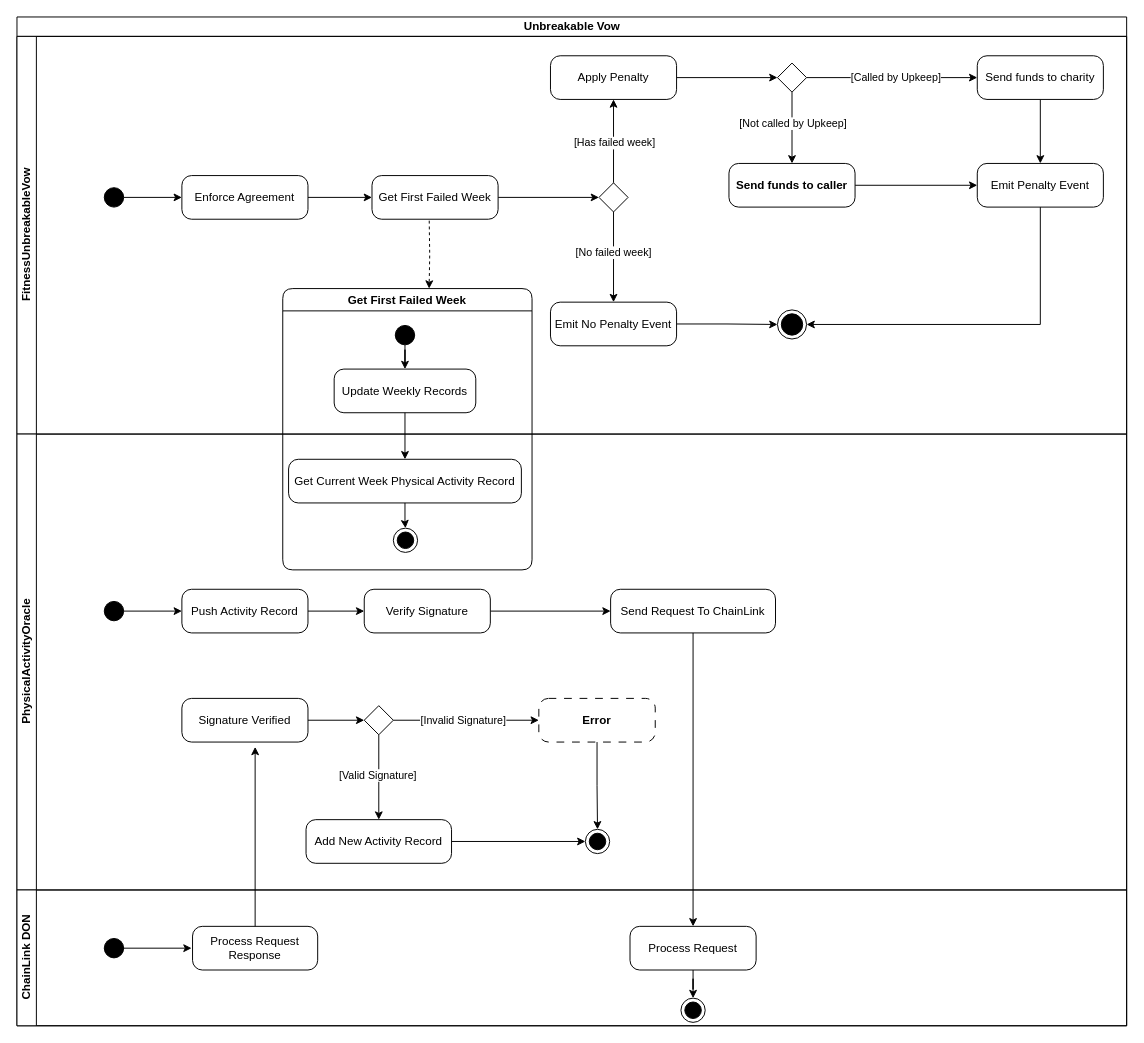
Earlier version of the draw.io diagram page "Contracts Activity Diagram" (1 of 3) of Fitness-Unbreakable-Vow.drawio (pedrooaugusto/fitness-unbreakable-vow). Source tidied: cells renumbered, new cells numbered last; positions are measured from the earlier drawing's top-left corner, leaving out a move shared by most shapes. Both pictures are drawn from the tidied source at 97%, with x=0, y=0 at pixel (16, 16).
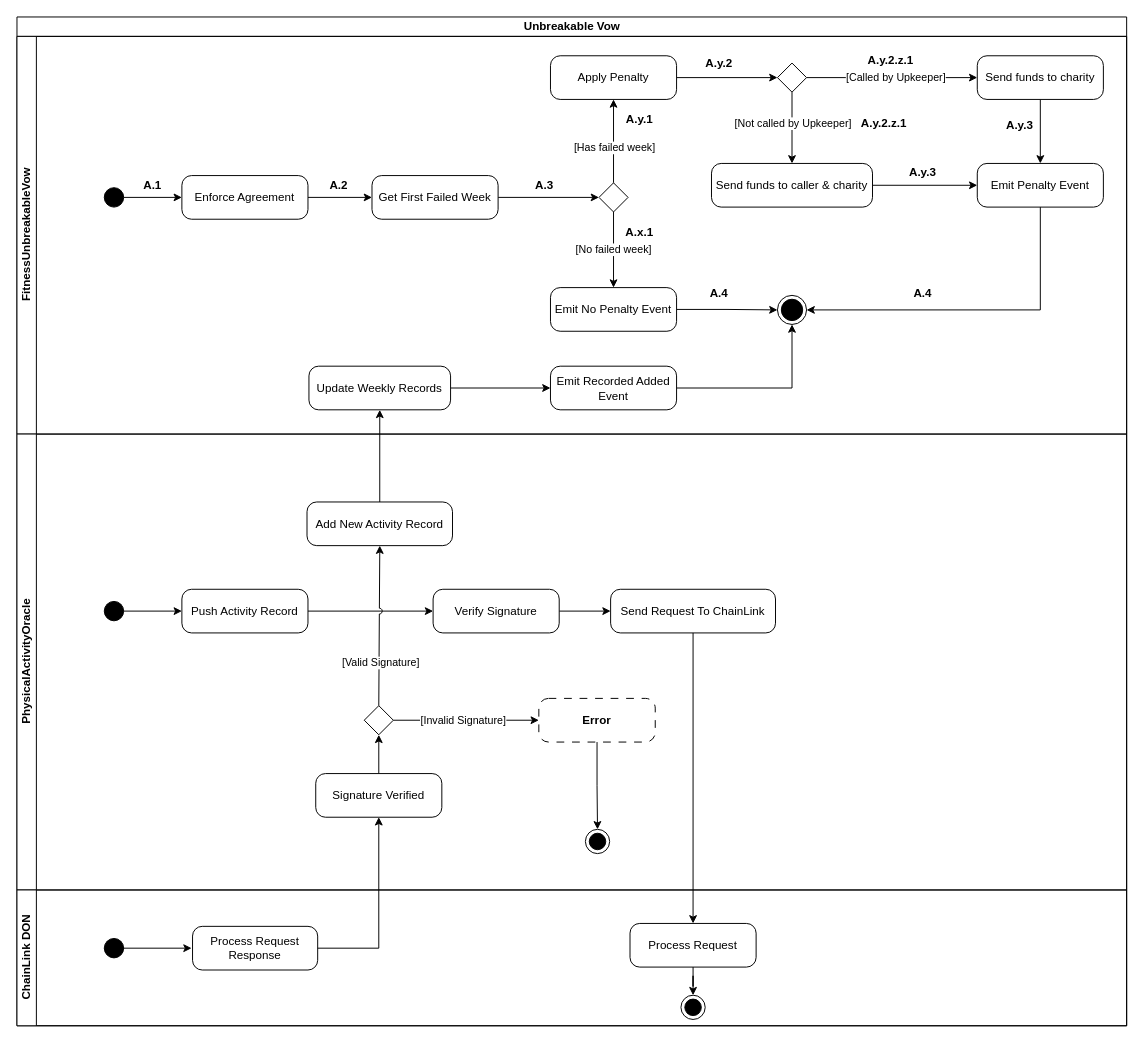
The same diagram, later.

Unchanged cells that the change refers to:
```xml
<mxCell id="2" value="Unbreakable Vow" style="swimlane;horizontal=1;startSize=20;html=1;" parent="1" vertex="1">
  <mxGeometry width="1144" height="1040" as="geometry" />
</mxCell>
<mxCell id="3" value="FitnessUnbreakableVow" style="swimlane;startSize=20;horizontal=0;html=1;" parent="2" vertex="1">
  <mxGeometry y="20" width="1144" height="410" as="geometry" />
</mxCell>
<mxCell id="10" style="edgeStyle=orthogonalEdgeStyle;rounded=0;jettySize=auto;html=1;" parent="3" edge="1" source="14" target="18">
  <mxGeometry relative="1" as="geometry" />
</mxCell>
<mxCell id="12" style="edgeStyle=orthogonalEdgeStyle;rounded=0;jettySize=auto;html=1;" parent="3" edge="1" source="14" target="16">
  <mxGeometry relative="1" as="geometry" />
</mxCell>
<mxCell id="19" style="edgeStyle=orthogonalEdgeStyle;rounded=0;jettySize=auto;html=1;" parent="3" edge="1" source="23" target="25">
  <mxGeometry relative="1" as="geometry" />
</mxCell>
<mxCell id="21" style="edgeStyle=orthogonalEdgeStyle;rounded=0;jettySize=auto;html=1;" parent="3" edge="1" source="23" target="27">
  <mxGeometry relative="1" as="geometry" />
</mxCell>
<mxCell id="30" value="Emit Penalty Event" style="html=1;dashed=0;rounded=1;absoluteArcSize=1;arcSize=20;verticalAlign=middle;align=center;whiteSpace=wrap;" parent="3" vertex="1">
  <mxGeometry x="990" y="131" width="130" height="45" as="geometry" />
</mxCell>
<mxCell id="32" value="PhysicalActivityOracle" style="swimlane;startSize=20;horizontal=0;html=1;" parent="2" vertex="1">
  <mxGeometry y="430" width="1144" height="470" as="geometry" />
</mxCell>
<mxCell id="47" style="rhombus;" parent="32" vertex="1">
  <mxGeometry x="358" y="280" width="30" height="30" as="geometry" />
</mxCell>
<mxCell id="52" style="ellipse;html=1;shape=endState;fillColor=strokeColor;" parent="32" vertex="1">
  <mxGeometry x="586" y="407.5" width="25" height="25" as="geometry" />
</mxCell>
<mxCell id="53" value="ChainLink DON" style="swimlane;startSize=20;horizontal=0;html=1;" parent="2" vertex="1">
  <mxGeometry y="900" width="1144" height="140" as="geometry" />
</mxCell>
<mxCell id="59" value="Process Request Response" style="html=1;dashed=0;rounded=1;absoluteArcSize=1;arcSize=20;verticalAlign=middle;align=center;whiteSpace=wrap;" parent="53" vertex="1">
  <mxGeometry x="181" y="37.5" width="129" height="45" as="geometry" />
</mxCell>
```

Diff of the diagram source:
```diff
@@
     <mxCell id="11" value="[Has failed week]" style="edgeLabel;html=1;align=center;verticalAlign=middle;" parent="10" vertex="1">
-      <mxGeometry x="-0.02" relative="1" as="geometry" />
+      <mxGeometry x="-0.02" relative="1" as="geometry">
+        <mxPoint y="5" as="offset" />
+      </mxGeometry>
     </mxCell>
@@
     <mxCell id="13" value="[No failed week]" style="edgeLabel;html=1;align=center;verticalAlign=middle;" parent="12" vertex="1">
-      <mxGeometry x="-0.12" y="-1" relative="1" as="geometry" />
+      <mxGeometry x="-0.12" y="-1" relative="1" as="geometry">
+        <mxPoint y="4" as="offset" />
+      </mxGeometry>
     </mxCell>
@@
     <mxCell id="16" value="Emit No Penalty Event" style="html=1;dashed=0;rounded=1;absoluteArcSize=1;arcSize=20;verticalAlign=middle;align=center;whiteSpace=wrap;" parent="3" vertex="1">
-      <mxGeometry x="550" y="274" width="130" height="45" as="geometry" />
+      <mxGeometry x="550" y="259" width="130" height="45" as="geometry" />
     </mxCell>
@@
-    <mxCell id="20" value="[Called by Upkeep]" style="edgeLabel;html=1;align=center;verticalAlign=middle;" parent="19" vertex="1">
+    <mxCell id="20" value="[Called by Upkeeper]" style="edgeLabel;html=1;align=center;verticalAlign=middle;" parent="19" vertex="1">
       <mxGeometry x="-0.28" y="1" relative="1" as="geometry">
         <mxPoint x="28" y="1" as="offset" />
       </mxGeometry>
     </mxCell>
@@
-    <mxCell id="22" value="[Not called by Upkeep]" style="edgeLabel;html=1;align=center;verticalAlign=middle;" parent="21" vertex="1">
+    <mxCell id="22" value="[Not called by Upkeeper]" style="edgeLabel;html=1;align=center;verticalAlign=middle;" parent="21" vertex="1">
       <mxGeometry x="-0.12" relative="1" as="geometry" />
     </mxCell>
@@
-    <mxCell id="27" value="&lt;b&gt;Send funds to caller&lt;/b&gt;" style="html=1;dashed=0;rounded=1;absoluteArcSize=1;arcSize=20;verticalAlign=middle;align=center;whiteSpace=wrap;" parent="3" vertex="1">
-      <mxGeometry x="734" y="131" width="130" height="45" as="geometry" />
+    <mxCell id="27" value="Send funds to caller &amp;amp; charity" style="html=1;dashed=0;rounded=1;absoluteArcSize=1;arcSize=20;verticalAlign=middle;align=center;whiteSpace=wrap;" parent="3" vertex="1">
+      <mxGeometry x="716" y="131" width="166" height="45" as="geometry" />
     </mxCell>
     <mxCell id="28" style="ellipse;html=1;shape=endState;fillColor=strokeColor;" parent="3" vertex="1">
-      <mxGeometry x="784" y="282" width="30" height="30" as="geometry" />
+      <mxGeometry x="784" y="267" width="30" height="30" as="geometry" />
     </mxCell>
     <mxCell id="29" style="edgeStyle=orthogonalEdgeStyle;rounded=0;jettySize=auto;html=1;entryX=1;entryY=0.5;entryDx=0;entryDy=0;" parent="3" edge="1" source="30" target="28">
       <mxGeometry relative="1" as="geometry">
         <Array as="points">
-          <mxPoint x="1055" y="297" />
+          <mxPoint x="1055" y="282" />
         </Array>
       </mxGeometry>
     </mxCell>
@@
+    <mxCell id="69" style="edgeStyle=orthogonalEdgeStyle;rounded=0;jettySize=auto;html=1;entryX=0;entryY=0.5;entryDx=0;entryDy=0;" parent="3" edge="1" source="31" target="71">
+      <mxGeometry relative="1" as="geometry" />
+    </mxCell>
     <mxCell id="31" value="Update Weekly Records" style="html=1;dashed=0;rounded=1;absoluteArcSize=1;arcSize=20;verticalAlign=middle;align=center;whiteSpace=wrap;" parent="3" vertex="1">
-      <mxGeometry x="327" y="343" width="146" height="45" as="geometry" />
+      <mxGeometry x="301" y="340" width="146" height="45" as="geometry" />
     </mxCell>
+    <mxCell id="70" style="edgeStyle=orthogonalEdgeStyle;rounded=0;jettySize=auto;html=1;entryX=0.5;entryY=1;entryDx=0;entryDy=0;" parent="3" edge="1" source="71" target="28">
+      <mxGeometry relative="1" as="geometry" />
+    </mxCell>
+    <mxCell id="71" value="Emit Recorded Added Event" style="html=1;dashed=0;rounded=1;absoluteArcSize=1;arcSize=20;verticalAlign=middle;align=center;whiteSpace=wrap;" parent="3" vertex="1">
+      <mxGeometry x="550" y="340" width="130" height="45" as="geometry" />
+    </mxCell>
+    <mxCell id="72" value="&lt;b&gt;A.1&lt;/b&gt;" style="text;html=1;align=center;verticalAlign=middle;whiteSpace=wrap;rounded=0;" parent="3" vertex="1">
+      <mxGeometry x="110" y="138.5" width="60" height="30" as="geometry" />
+    </mxCell>
+    <mxCell id="73" value="&lt;b&gt;A.2&lt;/b&gt;" style="text;html=1;align=center;verticalAlign=middle;whiteSpace=wrap;rounded=0;" parent="3" vertex="1">
+      <mxGeometry x="302" y="139" width="60" height="30" as="geometry" />
+    </mxCell>
+    <mxCell id="74" value="&lt;b&gt;A.3&lt;/b&gt;" style="text;html=1;align=center;verticalAlign=middle;whiteSpace=wrap;rounded=0;" parent="3" vertex="1">
+      <mxGeometry x="514" y="138.5" width="60" height="30" as="geometry" />
+    </mxCell>
+    <mxCell id="75" value="&lt;b&gt;A.x.1&lt;/b&gt;" style="text;html=1;align=center;verticalAlign=middle;whiteSpace=wrap;rounded=0;" parent="3" vertex="1">
+      <mxGeometry x="612" y="186.5" width="60" height="30" as="geometry" />
+    </mxCell>
+    <mxCell id="76" value="&lt;b&gt;A.4&lt;/b&gt;" style="text;html=1;align=center;verticalAlign=middle;whiteSpace=wrap;rounded=0;" parent="3" vertex="1">
+      <mxGeometry x="694" y="250" width="60" height="30" as="geometry" />
+    </mxCell>
+    <mxCell id="77" value="&lt;b&gt;A.y.1&lt;/b&gt;" style="text;html=1;align=center;verticalAlign=middle;whiteSpace=wrap;rounded=0;" parent="3" vertex="1">
+      <mxGeometry x="612" y="71" width="60" height="29" as="geometry" />
+    </mxCell>
+    <mxCell id="78" value="&lt;b&gt;A.y.2&lt;/b&gt;" style="text;html=1;align=center;verticalAlign=middle;whiteSpace=wrap;rounded=0;" parent="3" vertex="1">
+      <mxGeometry x="694" y="13" width="60" height="30" as="geometry" />
+    </mxCell>
+    <mxCell id="79" value="&lt;b&gt;A.y.2.z.1&lt;/b&gt;" style="text;html=1;align=center;verticalAlign=middle;whiteSpace=wrap;rounded=0;" parent="3" vertex="1">
+      <mxGeometry x="871" y="10" width="60" height="30" as="geometry" />
+    </mxCell>
+    <mxCell id="80" value="&lt;b&gt;A.y.3&lt;/b&gt;" style="text;html=1;align=center;verticalAlign=middle;whiteSpace=wrap;rounded=0;" parent="3" vertex="1">
+      <mxGeometry x="1004" y="77" width="60" height="30" as="geometry" />
+    </mxCell>
+    <mxCell id="81" value="&lt;b&gt;A.y.2.z.1&lt;/b&gt;" style="text;html=1;align=center;verticalAlign=middle;whiteSpace=wrap;rounded=0;" parent="3" vertex="1">
+      <mxGeometry x="864" y="75" width="60" height="30" as="geometry" />
+    </mxCell>
+    <mxCell id="82" value="&lt;b&gt;A.y.3&lt;/b&gt;" style="text;html=1;align=center;verticalAlign=middle;whiteSpace=wrap;rounded=0;" parent="3" vertex="1">
+      <mxGeometry x="904" y="125" width="60" height="30" as="geometry" />
+    </mxCell>
+    <mxCell id="83" value="&lt;b&gt;A.4&lt;/b&gt;" style="text;html=1;align=center;verticalAlign=middle;whiteSpace=wrap;rounded=0;" parent="3" vertex="1">
+      <mxGeometry x="904" y="250" width="60" height="30" as="geometry" />
+    </mxCell>
@@
-    <mxCell id="33" value="Get Current Week Physical Activity Record" style="html=1;dashed=0;rounded=1;absoluteArcSize=1;arcSize=20;verticalAlign=middle;align=center;whiteSpace=wrap;" parent="32" vertex="1">
-      <mxGeometry x="280" y="26" width="240" height="45" as="geometry" />
-    </mxCell>
@@
     <mxCell id="39" value="Verify Signature" style="html=1;dashed=0;rounded=1;absoluteArcSize=1;arcSize=20;verticalAlign=middle;align=center;whiteSpace=wrap;" parent="32" vertex="1">
-      <mxGeometry x="358" y="160" width="130" height="45" as="geometry" />
+      <mxGeometry x="429" y="160" width="130" height="45" as="geometry" />
     </mxCell>
@@
-    <mxCell id="41" style="edgeStyle=orthogonalEdgeStyle;rounded=0;jettySize=auto;html=1;entryX=0;entryY=0.5;entryDx=0;entryDy=0;" parent="32" edge="1" source="42" target="47">
+    <mxCell id="41" style="edgeStyle=orthogonalEdgeStyle;rounded=0;jettySize=auto;html=1;entryX=0.5;entryY=1;entryDx=0;entryDy=0;" parent="32" edge="1" source="42" target="47">
       <mxGeometry relative="1" as="geometry" />
     </mxCell>
     <mxCell id="42" value="Signature Verified" style="html=1;dashed=0;rounded=1;absoluteArcSize=1;arcSize=20;verticalAlign=middle;align=center;whiteSpace=wrap;" parent="32" vertex="1">
-      <mxGeometry x="170" y="272.5" width="130" height="45" as="geometry" />
+      <mxGeometry x="308" y="350" width="130" height="45" as="geometry" />
     </mxCell>
-    <mxCell id="43" style="edgeStyle=orthogonalEdgeStyle;rounded=0;jettySize=auto;html=1;entryX=0.5;entryY=0;entryDx=0;entryDy=0;" parent="32" edge="1" source="47" target="49">
+    <mxCell id="43" style="edgeStyle=orthogonalEdgeStyle;rounded=0;jettySize=auto;html=1;entryX=0.5;entryY=1;entryDx=0;entryDy=0;jumpStyle=arc;" parent="32" edge="1" source="47" target="49">
       <mxGeometry relative="1" as="geometry" />
     </mxCell>
     <mxCell id="44" value="[Valid Signature]" style="edgeLabel;html=1;align=center;verticalAlign=middle;" parent="43" vertex="1">
-      <mxGeometry x="-0.06" y="-2" relative="1" as="geometry" />
+      <mxGeometry x="-0.06" y="-2" relative="1" as="geometry">
+        <mxPoint x="-1" y="33" as="offset" />
+      </mxGeometry>
     </mxCell>
@@
-    <mxCell id="48" style="edgeStyle=orthogonalEdgeStyle;rounded=0;jettySize=auto;html=1;entryX=0;entryY=0.5;entryDx=0;entryDy=0;" parent="32" edge="1" source="49" target="52">
-      <mxGeometry relative="1" as="geometry" />
-    </mxCell>
     <mxCell id="49" value="Add New Activity Record" style="html=1;dashed=0;rounded=1;absoluteArcSize=1;arcSize=20;verticalAlign=middle;align=center;whiteSpace=wrap;" parent="32" vertex="1">
-      <mxGeometry x="298" y="397.5" width="150" height="45" as="geometry" />
+      <mxGeometry x="299" y="70" width="150" height="45" as="geometry" />
     </mxCell>
@@
     <mxCell id="55" value="Process Request" style="html=1;dashed=0;rounded=1;absoluteArcSize=1;arcSize=20;verticalAlign=middle;align=center;whiteSpace=wrap;" parent="53" vertex="1">
-      <mxGeometry x="632" y="37.5" width="130" height="45" as="geometry" />
+      <mxGeometry x="632" y="34.5" width="130" height="45" as="geometry" />
     </mxCell>
     <mxCell id="56" style="ellipse;html=1;shape=endState;fillColor=strokeColor;" parent="53" vertex="1">
-      <mxGeometry x="684.5" y="111.5" width="25" height="25" as="geometry" />
+      <mxGeometry x="684.5" y="108.5" width="25" height="25" as="geometry" />
     </mxCell>
@@
-    <mxCell id="60" style="edgeStyle=orthogonalEdgeStyle;rounded=0;jettySize=auto;html=1;" parent="2" edge="1" source="31" target="33">
-      <mxGeometry relative="1" as="geometry" />
-    </mxCell>
@@
-    <mxCell id="62" style="edgeStyle=orthogonalEdgeStyle;rounded=0;jettySize=auto;html=1;entryX=0.581;entryY=1.111;entryDx=0;entryDy=0;entryPerimeter=0;" parent="2" edge="1" source="59" target="42">
+    <mxCell id="62" style="edgeStyle=orthogonalEdgeStyle;rounded=0;jettySize=auto;html=1;entryX=0.5;entryY=1;entryDx=0;entryDy=0;exitX=1;exitY=0.5;exitDx=0;exitDy=0;" parent="2" edge="1" source="59" target="42">
       <mxGeometry relative="1" as="geometry" />
     </mxCell>
-    <mxCell id="63" value="Get First Failed Week" style="swimlane;rounded=1;startSize=23;" parent="1" vertex="1">
-      <mxGeometry x="274" y="280" width="257" height="290" as="geometry" />
-    </mxCell>
-    <mxCell id="64" style="ellipse;fillColor=strokeColor;html=1;" parent="63" vertex="1">
-      <mxGeometry x="116" y="38" width="20" height="20" as="geometry" />
-    </mxCell>
-    <mxCell id="65" style="ellipse;html=1;shape=endState;fillColor=strokeColor;" parent="63" vertex="1">
-      <mxGeometry x="114" y="247" width="25" height="25" as="geometry" />
-    </mxCell>
-    <mxCell id="66" style="edgeStyle=orthogonalEdgeStyle;rounded=0;jettySize=auto;html=1;" parent="1" edge="1" source="64" target="31">
-      <mxGeometry relative="1" as="geometry" />
-    </mxCell>
-    <mxCell id="67" style="edgeStyle=orthogonalEdgeStyle;rounded=0;jettySize=auto;html=1;" parent="1" edge="1" source="33" target="65">
-      <mxGeometry relative="1" as="geometry" />
-    </mxCell>
-    <mxCell id="68" style="edgeStyle=orthogonalEdgeStyle;rounded=0;orthogonalLoop=1;jettySize=auto;html=1;entryX=0.495;entryY=0.057;entryDx=0;entryDy=0;entryPerimeter=0;dashed=1;" parent="1" edge="1">
-      <mxGeometry relative="1" as="geometry">
-        <mxPoint x="425" y="210" as="sourcePoint" />
-        <mxPoint x="424.9" y="280" as="targetPoint" />
-      </mxGeometry>
-    </mxCell>
+    <mxCell id="84" style="edgeStyle=orthogonalEdgeStyle;rounded=0;jettySize=auto;html=1;entryX=0.5;entryY=1;entryDx=0;entryDy=0;jumpStyle=gap;" parent="2" edge="1" source="49" target="31">
+      <mxGeometry relative="1" as="geometry" />
+    </mxCell>
```
